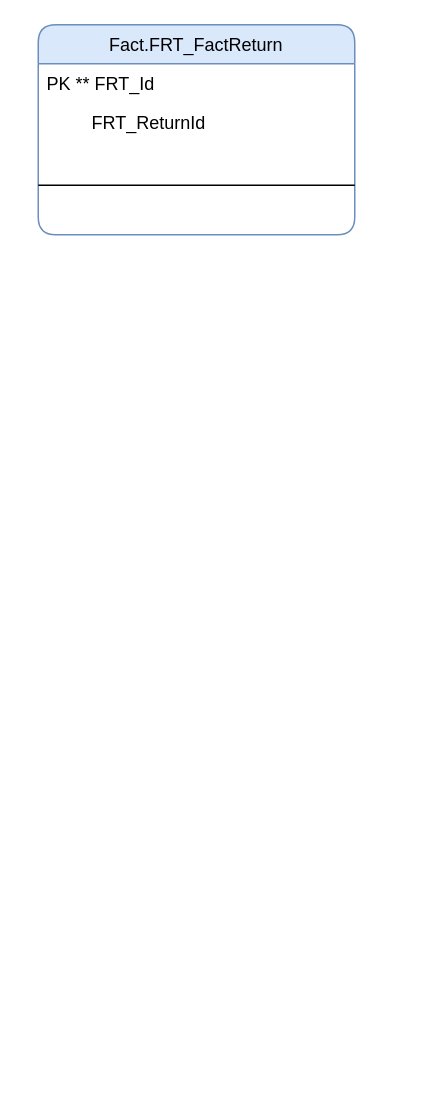
Above: diagramme RETURN.drawio in BorchaniMohamed/BI_PROJECT_PFE (draw.io), before the change. Source tidied: cells renumbered, new cells numbered last; positions are measured from the earlier drawing's top-left corner, leaving out a move shared by most shapes. Both pictures are drawn from the tidied source at 150%, with x=0, y=0 at pixel (38, 24).
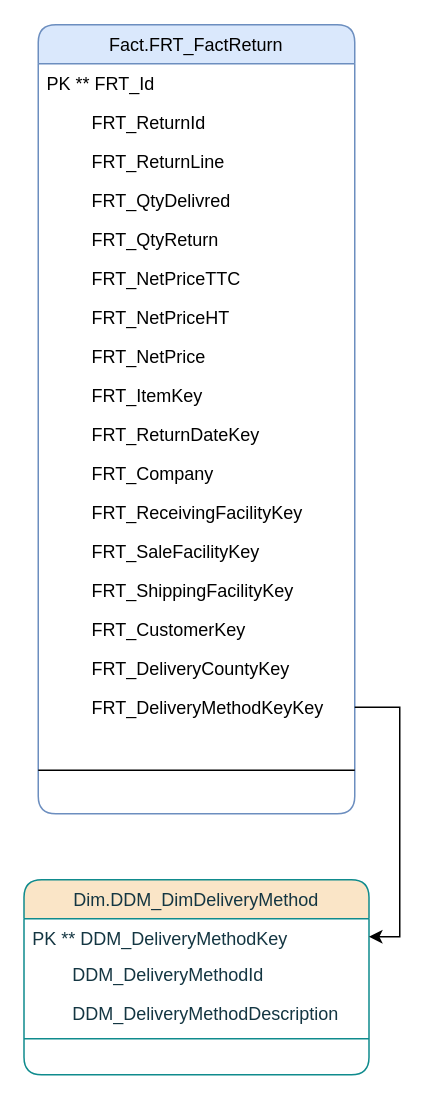
After the change.

Commit message (it also covers changes not shown here):
Mettre à jour diagramme RETURN.drawio

The edit, as a diff of the source:
```diff
@@
     <mxCell id="2" value="Fact.FRT_FactReturn" style="swimlane;fontStyle=0;align=center;verticalAlign=top;horizontal=1;startSize=26;rounded=1;shadow=0;strokeWidth=1;fillColor=#dae8fc;strokeColor=#6c8ebf;" parent="1" vertex="1">
-      <mxGeometry width="211" height="140" as="geometry" />
+      <mxGeometry width="211" height="526" as="geometry" />
     </mxCell>
@@
+    <mxCell id="6" value="         FRT_ReturnLine" style="text;align=left;verticalAlign=top;spacingLeft=4;spacingRight=4;overflow=hidden;rounded=0;shadow=0;html=0;" parent="2" vertex="1">
+      <mxGeometry y="78" width="211" height="26" as="geometry" />
+    </mxCell>
+    <mxCell id="7" value="         FRT_QtyDelivred" style="text;align=left;verticalAlign=top;spacingLeft=4;spacingRight=4;overflow=hidden;rounded=0;shadow=0;html=0;" parent="2" vertex="1">
+      <mxGeometry y="104" width="211" height="26" as="geometry" />
+    </mxCell>
+    <mxCell id="8" value="         FRT_QtyReturn" style="text;align=left;verticalAlign=top;spacingLeft=4;spacingRight=4;overflow=hidden;rounded=0;shadow=0;html=0;" parent="2" vertex="1">
+      <mxGeometry y="130" width="211" height="26" as="geometry" />
+    </mxCell>
+    <mxCell id="9" value="         FRT_NetPriceTTC" style="text;align=left;verticalAlign=top;spacingLeft=4;spacingRight=4;overflow=hidden;rounded=0;shadow=0;html=0;" parent="2" vertex="1">
+      <mxGeometry y="156" width="211" height="26" as="geometry" />
+    </mxCell>
+    <mxCell id="10" value="         FRT_NetPriceHT" style="text;align=left;verticalAlign=top;spacingLeft=4;spacingRight=4;overflow=hidden;rounded=0;shadow=0;html=0;" parent="2" vertex="1">
+      <mxGeometry y="182" width="211" height="26" as="geometry" />
+    </mxCell>
+    <mxCell id="11" value="         FRT_NetPrice" style="text;align=left;verticalAlign=top;spacingLeft=4;spacingRight=4;overflow=hidden;rounded=0;shadow=0;html=0;" parent="2" vertex="1">
+      <mxGeometry y="208" width="211" height="26" as="geometry" />
+    </mxCell>
+    <mxCell id="12" value="         FRT_ItemKey" style="text;align=left;verticalAlign=top;spacingLeft=4;spacingRight=4;overflow=hidden;rounded=0;shadow=0;html=0;" parent="2" vertex="1">
+      <mxGeometry y="234" width="211" height="26" as="geometry" />
+    </mxCell>
+    <mxCell id="13" value="         FRT_ReturnDateKey" style="text;align=left;verticalAlign=top;spacingLeft=4;spacingRight=4;overflow=hidden;rounded=0;shadow=0;html=0;" parent="2" vertex="1">
+      <mxGeometry y="260" width="211" height="26" as="geometry" />
+    </mxCell>
+    <mxCell id="14" value="         FRT_Company" style="text;align=left;verticalAlign=top;spacingLeft=4;spacingRight=4;overflow=hidden;rounded=0;shadow=0;html=0;" parent="2" vertex="1">
+      <mxGeometry y="286" width="211" height="26" as="geometry" />
+    </mxCell>
+    <mxCell id="15" value="         FRT_ReceivingFacilityKey" style="text;align=left;verticalAlign=top;spacingLeft=4;spacingRight=4;overflow=hidden;rounded=0;shadow=0;html=0;" parent="2" vertex="1">
+      <mxGeometry y="312" width="211" height="26" as="geometry" />
+    </mxCell>
+    <mxCell id="16" value="         FRT_SaleFacilityKey" style="text;align=left;verticalAlign=top;spacingLeft=4;spacingRight=4;overflow=hidden;rounded=0;shadow=0;html=0;" parent="2" vertex="1">
+      <mxGeometry y="338" width="211" height="26" as="geometry" />
+    </mxCell>
+    <mxCell id="17" value="         FRT_ShippingFacilityKey" style="text;align=left;verticalAlign=top;spacingLeft=4;spacingRight=4;overflow=hidden;rounded=0;shadow=0;html=0;" parent="2" vertex="1">
+      <mxGeometry y="364" width="211" height="26" as="geometry" />
+    </mxCell>
+    <mxCell id="18" value="         FRT_CustomerKey" style="text;align=left;verticalAlign=top;spacingLeft=4;spacingRight=4;overflow=hidden;rounded=0;shadow=0;html=0;" parent="2" vertex="1">
+      <mxGeometry y="390" width="211" height="26" as="geometry" />
+    </mxCell>
+    <mxCell id="19" value="         FRT_DeliveryCountyKey" style="text;align=left;verticalAlign=top;spacingLeft=4;spacingRight=4;overflow=hidden;rounded=0;shadow=0;html=0;" parent="2" vertex="1">
+      <mxGeometry y="416" width="211" height="26" as="geometry" />
+    </mxCell>
+    <mxCell id="20" value="         FRT_DeliveryMethodKeyKey" style="text;align=left;verticalAlign=top;spacingLeft=4;spacingRight=4;overflow=hidden;points=[[0,0.5],[1,0.5]];portConstraint=eastwest;rounded=0;shadow=0;html=0;" parent="2" vertex="1">
+      <mxGeometry y="442" width="211" height="26" as="geometry" />
+    </mxCell>
     <mxCell id="5" style="line;html=1;strokeWidth=1;align=left;verticalAlign=middle;spacingTop=-1;spacingLeft=3;spacingRight=3;labelPosition=right;" parent="2" vertex="1">
-      <mxGeometry y="78" width="211" height="58" as="geometry" />
+      <mxGeometry y="468" width="211" height="58" as="geometry" />
     </mxCell>
+    <mxCell id="21" value="Dim.DDM_DimDeliveryMethod" style="swimlane;fontStyle=0;align=center;verticalAlign=top;horizontal=1;startSize=26;rounded=1;shadow=0;strokeWidth=1;fillColor=#FAE5C7;strokeColor=#0F8B8D;labelBackgroundColor=none;fontColor=#143642;" parent="1" vertex="1">
+      <mxGeometry x="-9.5" y="570" width="230" height="130" as="geometry" />
+    </mxCell>
+    <mxCell id="22" value="PK ** DDM_DeliveryMethodKey" style="text;align=left;verticalAlign=top;spacingLeft=4;spacingRight=4;overflow=hidden;points=[[0,0.5],[1,0.5]];portConstraint=eastwest;labelBackgroundColor=none;fontColor=#143642;rounded=1;" parent="21" vertex="1">
+      <mxGeometry y="26" width="230" height="24" as="geometry" />
+    </mxCell>
+    <mxCell id="23" value="        DDM_DeliveryMethodId" style="text;align=left;verticalAlign=top;spacingLeft=4;spacingRight=4;overflow=hidden;labelBackgroundColor=none;fontColor=#143642;rounded=1;" parent="21" vertex="1">
+      <mxGeometry y="50" width="230" height="26" as="geometry" />
+    </mxCell>
+    <mxCell id="24" value="        DDM_DeliveryMethodDescription" style="text;align=left;verticalAlign=top;spacingLeft=4;spacingRight=4;overflow=hidden;labelBackgroundColor=none;fontColor=#143642;rounded=1;" parent="21" vertex="1">
+      <mxGeometry y="76" width="230" height="26" as="geometry" />
+    </mxCell>
+    <mxCell id="25" style="line;html=1;strokeWidth=1;align=left;verticalAlign=middle;spacingTop=-1;spacingLeft=3;spacingRight=3;labelPosition=right;labelBackgroundColor=none;fillColor=#FAE5C7;strokeColor=#0F8B8D;fontColor=#143642;rounded=1;" parent="21" vertex="1">
+      <mxGeometry y="102" width="230" height="8" as="geometry" />
+    </mxCell>
+    <mxCell id="26" style="edgeStyle=orthogonalEdgeStyle;rounded=0;jettySize=auto;html=1;" parent="1" edge="1" source="20" target="22">
+      <mxGeometry relative="1" as="geometry">
+        <Array as="points">
+          <mxPoint x="241" y="455" />
+          <mxPoint x="241" y="608" />
+        </Array>
+      </mxGeometry>
+    </mxCell>
```
